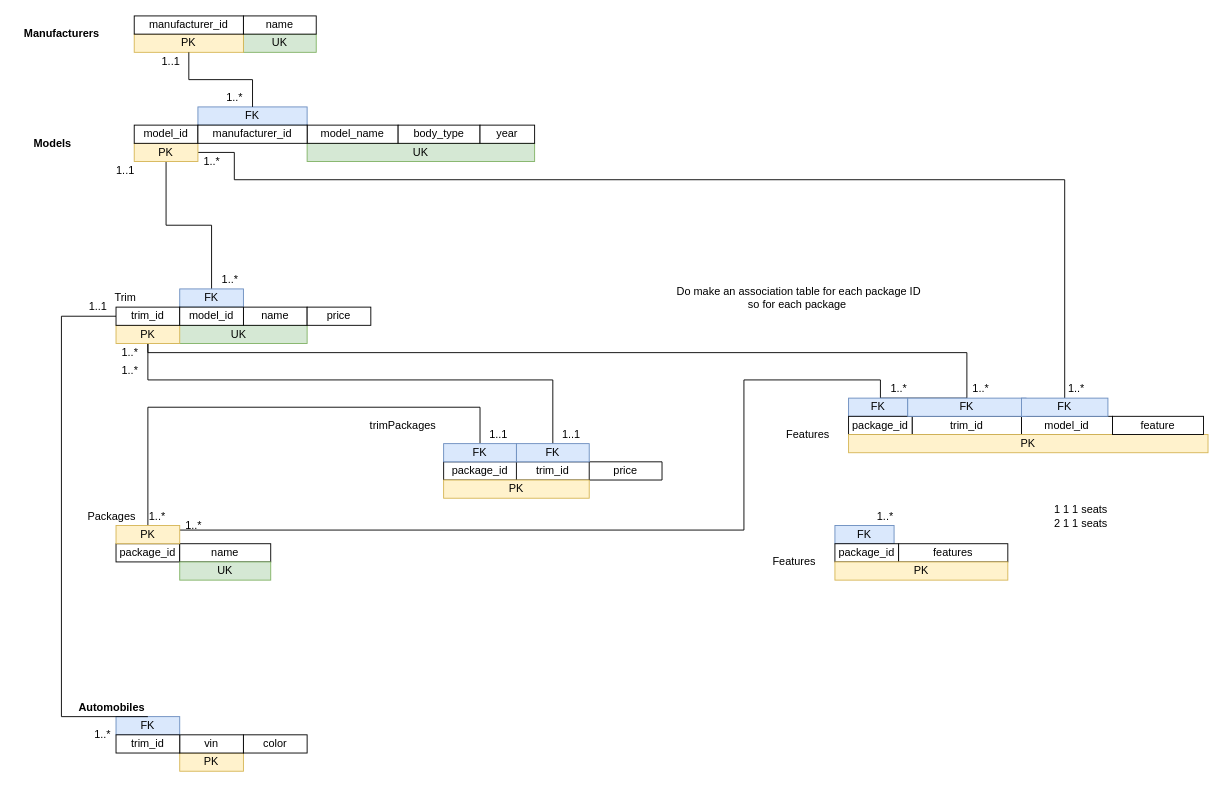
Before: page "Scheme" (2 of 2) of Project 2.drawio in AnthraciteData/CECS-323-, a draw.io diagram. Source tidied: cells renumbered, new cells numbered last; positions are measured from the earlier drawing's top-left corner, leaving out a move shared by most shapes. Both pictures are drawn from the tidied source at 91%, with x=0, y=0 at pixel (15, 15).
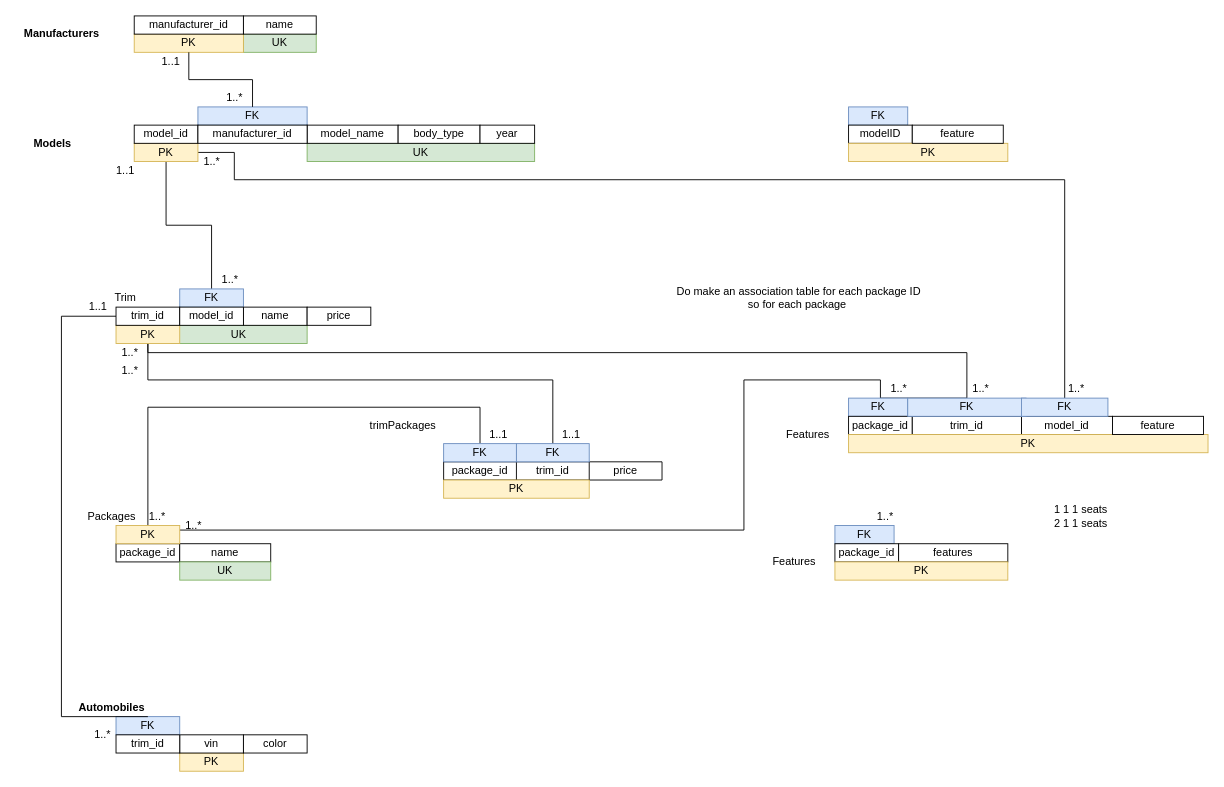
After the change.

The edit, as a diff of the source:
```diff
@@
+    <mxCell id="85" value="FK" style="whiteSpace=wrap;html=1;fillColor=#dae8fc;strokeColor=#6c8ebf;" parent="1" vertex="1">
+      <mxGeometry x="915" y="100" width="65" height="20" as="geometry" />
+    </mxCell>
+    <mxCell id="86" value="modelID" style="whiteSpace=wrap;html=1;" parent="1" vertex="1">
+      <mxGeometry x="915" y="120" width="70" height="20" as="geometry" />
+    </mxCell>
+    <mxCell id="87" value="PK" style="whiteSpace=wrap;html=1;fillColor=#fff2cc;strokeColor=#d6b656;" parent="1" vertex="1">
+      <mxGeometry x="915" y="140" width="175" height="20" as="geometry" />
+    </mxCell>
+    <mxCell id="88" value="feature" style="whiteSpace=wrap;html=1;" parent="1" vertex="1">
+      <mxGeometry x="985" y="120" width="100" height="20" as="geometry" />
+    </mxCell>
```
